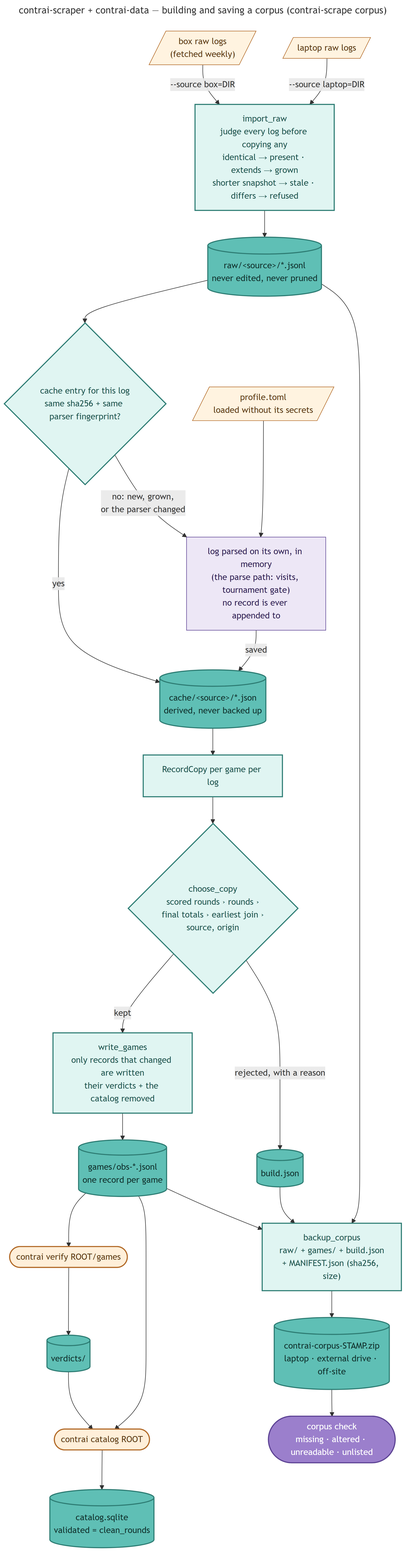
valmathieu/ContrAI keeps this Mermaid diagram as docs/diagrams/flow_corpus.png. Above is the earlier version. Its source is kept beside it as docs/diagrams/flow_corpus.mmd.
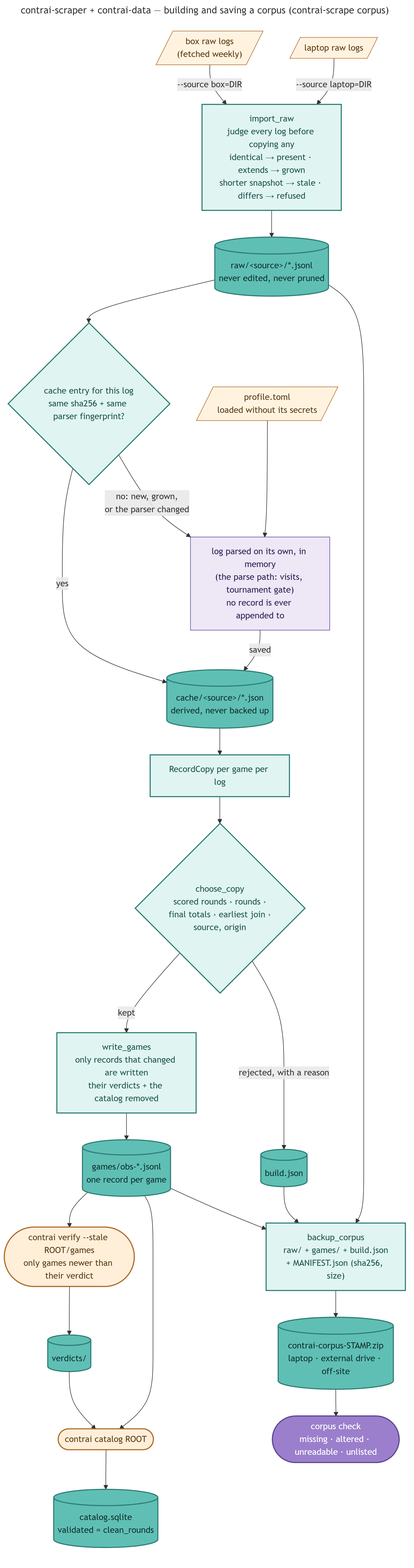
The same file after the commit.

Commit message:
feat(engine): verify only records newer than their verdict with contrai verify --stale

What changed in the source:
```diff
@@ -21,7 +21,7 @@
     Choose -- "rejected, with a reason" --> Report[("build.json")]
     Write --> Games[("games/obs-*.jsonl<br/>one record per game")]
 
-    Games --> Verify(["contrai verify ROOT/games"])
+    Games --> Verify(["contrai verify --stale ROOT/games<br/>only games newer than their verdict"])
     Verify --> Verdicts[("verdicts/")]
     Verdicts --> Catalog(["contrai catalog ROOT"])
     Games --> Catalog
```
